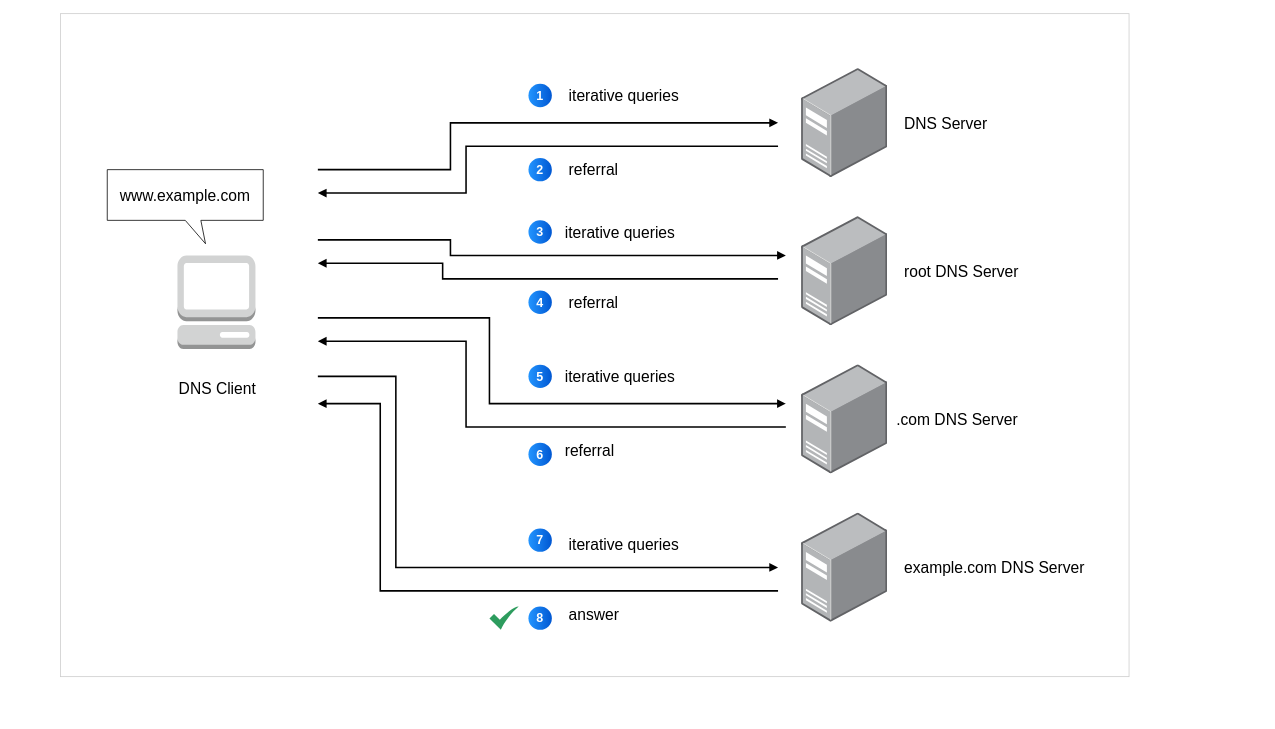
Above: page "basics-dns-iterative" (13 of 18) of assets/drawio/all-things-network.drawio in joseeden/joeden (draw.io), before the change. Source tidied: cells renumbered, new cells numbered last; positions are measured from the earlier drawing's top-left corner, leaving out a move shared by most shapes. Both pictures are drawn from the tidied source at 78%, with x=0, y=0 at pixel (60, 13).
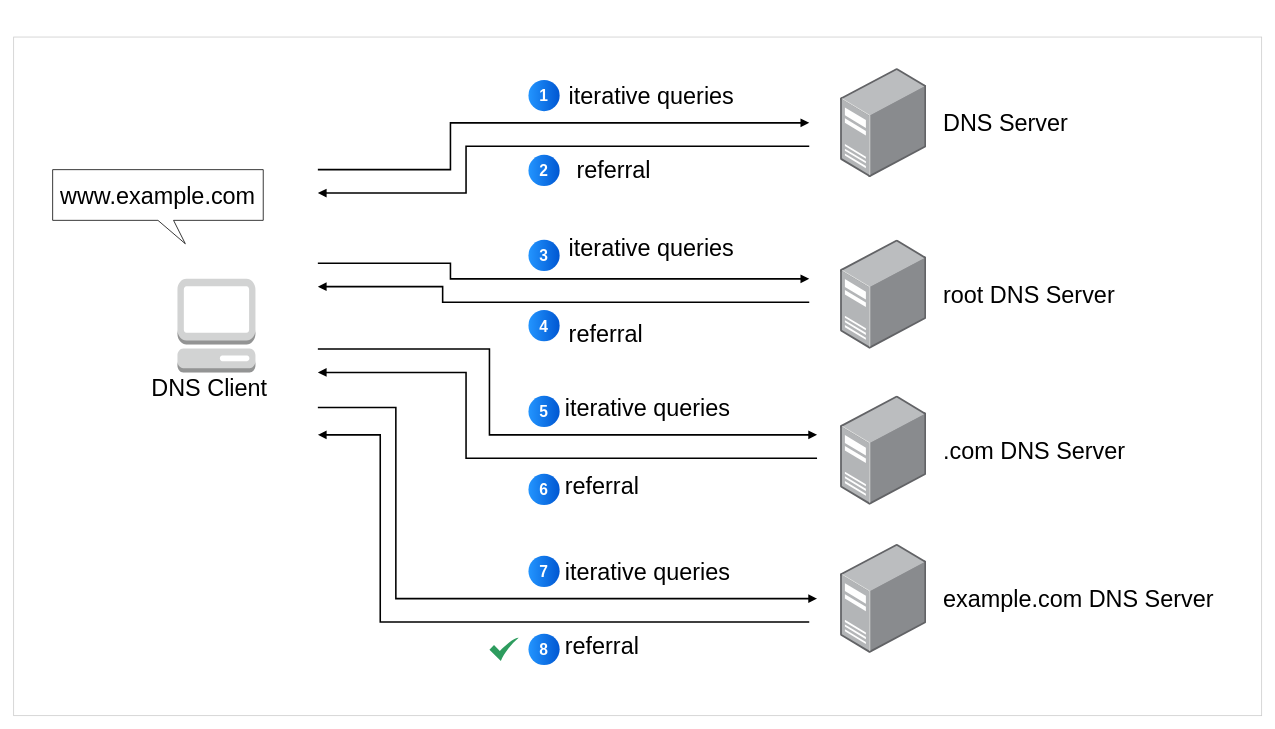
The same diagram, later.

What changed in the source:
```diff
@@
     <mxCell id="2" style="rounded=0;whiteSpace=wrap;html=1;strokeColor=#CCCCCC;" parent="1" vertex="1">
-      <mxGeometry width="1370" height="850" as="geometry" />
+      <mxGeometry x="-60" y="30" width="1600" height="870" as="geometry" />
     </mxCell>
     <mxCell id="3" style="image;html=1;align=center;shadow=0;dashed=0;image=img/lib/allied_telesis/computer_and_terminals/Server_Desktop.svg;" parent="1" vertex="1">
-      <mxGeometry x="950" y="70" width="110.4" height="140" as="geometry" />
+      <mxGeometry x="1000" y="70" width="110.4" height="140" as="geometry" />
     </mxCell>
     <mxCell id="4" style="image;html=1;align=center;shadow=0;dashed=0;image=img/lib/allied_telesis/computer_and_terminals/Server_Desktop.svg;" parent="1" vertex="1">
-      <mxGeometry x="950" y="260" width="110.4" height="140" as="geometry" />
+      <mxGeometry x="1000" y="290" width="110.4" height="140" as="geometry" />
     </mxCell>
     <mxCell id="5" style="image;html=1;align=center;shadow=0;dashed=0;image=img/lib/allied_telesis/computer_and_terminals/Server_Desktop.svg;" parent="1" vertex="1">
-      <mxGeometry x="950" y="450" width="110.4" height="140" as="geometry" />
+      <mxGeometry x="1000" y="490" width="110.4" height="140" as="geometry" />
     </mxCell>
     <mxCell id="6" style="image;html=1;align=center;shadow=0;dashed=0;image=img/lib/allied_telesis/computer_and_terminals/Server_Desktop.svg;" parent="1" vertex="1">
-      <mxGeometry x="950" y="640" width="110.4" height="140" as="geometry" />
+      <mxGeometry x="1000" y="680" width="110.4" height="140" as="geometry" />
     </mxCell>
     <mxCell id="7" style="edgeStyle=orthogonalEdgeStyle;rounded=0;orthogonalLoop=1;jettySize=auto;html=1;endArrow=block;endFill=1;strokeWidth=2;" parent="1" edge="1">
       <mxGeometry relative="1" as="geometry">
         <mxPoint x="330" y="200" as="sourcePoint" />
-        <mxPoint x="920" y="140" as="targetPoint" />
+        <mxPoint x="960" y="140" as="targetPoint" />
         <Array as="points">
           <mxPoint x="500" y="200" />
           <mxPoint x="500" y="140" />
         </Array>
       </mxGeometry>
     </mxCell>
     <mxCell id="8" style="dashed=0;verticalLabelPosition=bottom;verticalAlign=top;align=center;html=1;shape=mxgraph.aws3.management_console;fillColor=#D2D3D3;gradientColor=none;" parent="1" vertex="1">
-      <mxGeometry x="150" y="310" width="100" height="120" as="geometry" />
+      <mxGeometry x="150" y="340" width="100" height="120" as="geometry" />
     </mxCell>
-    <mxCell id="9" value="&lt;font style=&quot;font-size: 20px;&quot;&gt;DNS Server&lt;/font&gt;" style="rounded=0;whiteSpace=wrap;html=1;strokeColor=none;fillColor=none;align=left;" parent="1" vertex="1">
-      <mxGeometry x="1080" y="110" width="120" height="60" as="geometry" />
+    <mxCell id="9" value="&lt;font&gt;DNS Server&lt;/font&gt;" style="rounded=0;whiteSpace=wrap;html=1;strokeColor=none;fillColor=none;align=left;fontSize=30;" parent="1" vertex="1">
+      <mxGeometry x="1130" y="110" width="180" height="60" as="geometry" />
     </mxCell>
-    <mxCell id="10" value="&lt;font style=&quot;font-size: 20px;&quot;&gt;root DNS Server&lt;/font&gt;" style="rounded=0;whiteSpace=wrap;html=1;strokeColor=none;fillColor=none;align=left;" parent="1" vertex="1">
-      <mxGeometry x="1080" y="300" width="150" height="60" as="geometry" />
+    <mxCell id="10" value="&lt;font&gt;root DNS Server&lt;/font&gt;" style="rounded=0;whiteSpace=wrap;html=1;strokeColor=none;fillColor=none;align=left;fontSize=30;" parent="1" vertex="1">
+      <mxGeometry x="1130" y="330" width="240" height="60" as="geometry" />
     </mxCell>
-    <mxCell id="11" value="&lt;font style=&quot;font-size: 20px;&quot;&gt;.com DNS Server&lt;/font&gt;" style="rounded=0;whiteSpace=wrap;html=1;strokeColor=none;fillColor=none;align=left;" parent="1" vertex="1">
-      <mxGeometry x="1070" y="490" width="190" height="60" as="geometry" />
+    <mxCell id="11" value="&lt;font&gt;.com DNS Server&lt;/font&gt;" style="rounded=0;whiteSpace=wrap;html=1;strokeColor=none;fillColor=none;align=left;fontSize=30;" parent="1" vertex="1">
+      <mxGeometry x="1130" y="530" width="260" height="60" as="geometry" />
     </mxCell>
-    <mxCell id="12" value="&lt;font style=&quot;font-size: 20px;&quot;&gt;example.com DNS Server&lt;/font&gt;" style="rounded=0;whiteSpace=wrap;html=1;strokeColor=none;fillColor=none;align=left;" parent="1" vertex="1">
-      <mxGeometry x="1080" y="680" width="250" height="60" as="geometry" />
+    <mxCell id="12" value="&lt;font&gt;example.com DNS Server&lt;/font&gt;" style="rounded=0;whiteSpace=wrap;html=1;strokeColor=none;fillColor=none;align=left;fontSize=30;" parent="1" vertex="1">
+      <mxGeometry x="1130" y="720" width="360" height="60" as="geometry" />
     </mxCell>
-    <mxCell id="13" value="&lt;font style=&quot;font-size: 20px;&quot;&gt;www.example.com&lt;/font&gt;" style="shape=callout;whiteSpace=wrap;html=1;perimeter=calloutPerimeter;position2=0.63;" parent="1" vertex="1">
-      <mxGeometry x="60" y="200" width="200" height="95" as="geometry" />
+    <mxCell id="13" value="&lt;font style=&quot;font-size: 30px;&quot;&gt;www.example.com&lt;/font&gt;" style="shape=callout;whiteSpace=wrap;html=1;perimeter=calloutPerimeter;position2=0.63;" parent="1" vertex="1">
+      <mxGeometry x="-10" y="200" width="270" height="95" as="geometry" />
     </mxCell>
-    <mxCell id="14" value="&lt;font style=&quot;font-size: 20px;&quot;&gt;DNS Client&lt;/font&gt;" style="rounded=0;whiteSpace=wrap;html=1;strokeColor=none;fillColor=none;align=left;" parent="1" vertex="1">
-      <mxGeometry x="150" y="450" width="120" height="60" as="geometry" />
+    <mxCell id="14" value="&lt;font&gt;DNS Client&lt;/font&gt;" style="rounded=0;whiteSpace=wrap;html=1;strokeColor=none;fillColor=none;align=left;fontSize=30;" parent="1" vertex="1">
+      <mxGeometry x="115" y="450" width="170" height="60" as="geometry" />
     </mxCell>
     <mxCell id="15" style="edgeStyle=orthogonalEdgeStyle;rounded=0;orthogonalLoop=1;jettySize=auto;html=1;endArrow=block;endFill=1;strokeWidth=2;" parent="1" edge="1">
       <mxGeometry relative="1" as="geometry">
-        <mxPoint x="920" y="170" as="sourcePoint" />
+        <mxPoint x="960" y="170" as="sourcePoint" />
         <mxPoint x="330" y="230" as="targetPoint" />
         <Array as="points">
           <mxPoint x="520" y="170" />
           <mxPoint x="520" y="230" />
         </Array>
       </mxGeometry>
     </mxCell>
-    <mxCell id="16" value="1" style="ellipse;whiteSpace=wrap;html=1;rotation=0;gradientColor=#0057D2;strokeColor=none;gradientDirection=east;fillColor=#2395FF;rounded=0;fontFamily=Helvetica;fontSize=16;fontColor=#FFFFFF;spacingTop=4;spacingBottom=4;spacingLeft=4;spacingRight=4;fontStyle=1;" parent="1" vertex="1">
-      <mxGeometry x="600" y="90" width="30" height="30" as="geometry" />
+    <mxCell id="16" value="&lt;font&gt;1&lt;/font&gt;" style="ellipse;whiteSpace=wrap;html=1;rotation=0;gradientColor=#0057D2;strokeColor=none;gradientDirection=east;fillColor=#2395FF;rounded=0;fontFamily=Helvetica;fontSize=20;fontColor=#FFFFFF;spacingTop=4;spacingBottom=4;spacingLeft=4;spacingRight=4;fontStyle=1;" parent="1" vertex="1">
+      <mxGeometry x="600" y="85" width="40" height="40" as="geometry" />
     </mxCell>
-    <mxCell id="17" value="2" style="ellipse;whiteSpace=wrap;html=1;rotation=0;gradientColor=#0057D2;strokeColor=none;gradientDirection=east;fillColor=#2395FF;rounded=0;fontFamily=Helvetica;fontSize=16;fontColor=#FFFFFF;spacingTop=4;spacingBottom=4;spacingLeft=4;spacingRight=4;fontStyle=1;" parent="1" vertex="1">
-      <mxGeometry x="600" y="185" width="30" height="30" as="geometry" />
-    </mxCell>
-    <mxCell id="18" value="&lt;font style=&quot;font-size: 20px;&quot;&gt;iterative queries&lt;/font&gt;" style="rounded=0;whiteSpace=wrap;html=1;strokeColor=none;fillColor=none;align=left;" parent="1" vertex="1">
-      <mxGeometry x="650" y="75" width="160" height="60" as="geometry" />
+    <mxCell id="18" value="&lt;font&gt;iterative queries&lt;/font&gt;" style="rounded=0;whiteSpace=wrap;html=1;strokeColor=none;fillColor=none;align=left;fontSize=30;" parent="1" vertex="1">
+      <mxGeometry x="650" y="75" width="230" height="60" as="geometry" />
     </mxCell>
-    <mxCell id="19" value="&lt;font style=&quot;font-size: 20px;&quot;&gt;referral&lt;/font&gt;" style="rounded=0;whiteSpace=wrap;html=1;strokeColor=none;fillColor=none;align=left;" parent="1" vertex="1">
-      <mxGeometry x="650" y="170" width="120" height="60" as="geometry" />
+    <mxCell id="19" value="&lt;font&gt;referral&lt;/font&gt;" style="rounded=0;whiteSpace=wrap;html=1;strokeColor=none;fillColor=none;align=left;fontSize=30;" parent="1" vertex="1">
+      <mxGeometry x="660" y="170" width="120" height="60" as="geometry" />
     </mxCell>
     <mxCell id="20" style="edgeStyle=orthogonalEdgeStyle;rounded=0;orthogonalLoop=1;jettySize=auto;html=1;endArrow=block;endFill=1;strokeWidth=2;" parent="1" edge="1">
       <mxGeometry relative="1" as="geometry">
-        <mxPoint x="330" y="290" as="sourcePoint" />
-        <mxPoint x="930" y="310" as="targetPoint" />
+        <mxPoint x="330" y="320" as="sourcePoint" />
+        <mxPoint x="960" y="340" as="targetPoint" />
         <Array as="points">
-          <mxPoint x="500" y="290" />
-          <mxPoint x="500" y="310" />
+          <mxPoint x="500" y="320" />
+          <mxPoint x="500" y="340" />
         </Array>
       </mxGeometry>
     </mxCell>
     <mxCell id="21" style="edgeStyle=orthogonalEdgeStyle;rounded=0;orthogonalLoop=1;jettySize=auto;html=1;endArrow=block;endFill=1;strokeWidth=2;" parent="1" edge="1">
       <mxGeometry relative="1" as="geometry">
-        <mxPoint x="920" y="340" as="sourcePoint" />
-        <mxPoint x="330" y="320" as="targetPoint" />
+        <mxPoint x="960" y="370" as="sourcePoint" />
+        <mxPoint x="330" y="350" as="targetPoint" />
         <Array as="points">
-          <mxPoint x="490" y="340" />
-          <mxPoint x="490" y="320" />
+          <mxPoint x="490" y="370" />
+          <mxPoint x="490" y="350" />
         </Array>
       </mxGeometry>
     </mxCell>
-    <mxCell id="22" value="&lt;font style=&quot;font-size: 20px;&quot;&gt;referral&lt;/font&gt;" style="rounded=0;whiteSpace=wrap;html=1;strokeColor=none;fillColor=none;align=left;" parent="1" vertex="1">
-      <mxGeometry x="650" y="340" width="120" height="60" as="geometry" />
-    </mxCell>
-    <mxCell id="23" value="3" style="ellipse;whiteSpace=wrap;html=1;rotation=0;gradientColor=#0057D2;strokeColor=none;gradientDirection=east;fillColor=#2395FF;rounded=0;fontFamily=Helvetica;fontSize=16;fontColor=#FFFFFF;spacingTop=4;spacingBottom=4;spacingLeft=4;spacingRight=4;fontStyle=1;" parent="1" vertex="1">
-      <mxGeometry x="600" y="265" width="30" height="30" as="geometry" />
-    </mxCell>
-    <mxCell id="24" value="4" style="ellipse;whiteSpace=wrap;html=1;rotation=0;gradientColor=#0057D2;strokeColor=none;gradientDirection=east;fillColor=#2395FF;rounded=0;fontFamily=Helvetica;fontSize=16;fontColor=#FFFFFF;spacingTop=4;spacingBottom=4;spacingLeft=4;spacingRight=4;fontStyle=1;" parent="1" vertex="1">
-      <mxGeometry x="600" y="355" width="30" height="30" as="geometry" />
-    </mxCell>
     <mxCell id="25" style="edgeStyle=orthogonalEdgeStyle;rounded=0;orthogonalLoop=1;jettySize=auto;html=1;endArrow=block;endFill=1;strokeWidth=2;" parent="1" edge="1">
       <mxGeometry relative="1" as="geometry">
-        <mxPoint x="330" y="390" as="sourcePoint" />
-        <mxPoint x="930" y="500" as="targetPoint" />
+        <mxPoint x="330" y="430" as="sourcePoint" />
+        <mxPoint x="970" y="540" as="targetPoint" />
         <Array as="points">
-          <mxPoint x="550" y="390" />
-          <mxPoint x="550" y="500" />
+          <mxPoint x="550" y="430" />
+          <mxPoint x="550" y="540" />
         </Array>
       </mxGeometry>
     </mxCell>
     <mxCell id="26" style="edgeStyle=orthogonalEdgeStyle;rounded=0;orthogonalLoop=1;jettySize=auto;html=1;endArrow=block;endFill=1;strokeWidth=2;" parent="1" edge="1">
       <mxGeometry relative="1" as="geometry">
-        <mxPoint x="330" y="465" as="sourcePoint" />
-        <mxPoint x="920" y="710" as="targetPoint" />
+        <mxPoint x="330" y="505" as="sourcePoint" />
+        <mxPoint x="970" y="750" as="targetPoint" />
         <Array as="points">
-          <mxPoint x="430" y="465" />
-          <mxPoint x="430" y="710" />
+          <mxPoint x="430" y="505" />
+          <mxPoint x="430" y="750" />
         </Array>
       </mxGeometry>
     </mxCell>
     <mxCell id="27" style="edgeStyle=orthogonalEdgeStyle;rounded=0;orthogonalLoop=1;jettySize=auto;html=1;endArrow=block;endFill=1;strokeWidth=2;" parent="1" edge="1">
       <mxGeometry relative="1" as="geometry">
-        <mxPoint x="930" y="530" as="sourcePoint" />
-        <mxPoint x="330" y="420" as="targetPoint" />
+        <mxPoint x="970" y="570" as="sourcePoint" />
+        <mxPoint x="330" y="460" as="targetPoint" />
         <Array as="points">
-          <mxPoint x="520" y="530" />
-          <mxPoint x="520" y="420" />
+          <mxPoint x="520" y="570" />
+          <mxPoint x="520" y="460" />
         </Array>
       </mxGeometry>
     </mxCell>
     <mxCell id="28" style="edgeStyle=orthogonalEdgeStyle;rounded=0;orthogonalLoop=1;jettySize=auto;html=1;endArrow=block;endFill=1;strokeWidth=2;" parent="1" edge="1">
       <mxGeometry relative="1" as="geometry">
-        <mxPoint x="920" y="740" as="sourcePoint" />
-        <mxPoint x="330" y="500" as="targetPoint" />
+        <mxPoint x="960" y="780" as="sourcePoint" />
+        <mxPoint x="330" y="540" as="targetPoint" />
         <Array as="points">
-          <mxPoint x="410" y="740" />
-          <mxPoint x="410" y="500" />
+          <mxPoint x="410" y="780" />
+          <mxPoint x="410" y="540" />
         </Array>
       </mxGeometry>
     </mxCell>
+    <mxCell id="35" style="sketch=0;html=1;strokeColor=none;shadow=0;align=center;fillColor=#2D9C5E;verticalAlign=top;labelPosition=center;verticalLabelPosition=bottom;shape=mxgraph.gcp2.check;" parent="1" vertex="1">
+      <mxGeometry x="550" y="800" width="37.5" height="30" as="geometry" />
+    </mxCell>
+    <mxCell id="39" value="&lt;font&gt;iterative queries&lt;/font&gt;" style="rounded=0;whiteSpace=wrap;html=1;strokeColor=none;fillColor=none;align=left;fontSize=30;" parent="1" vertex="1">
+      <mxGeometry x="650" y="270" width="230" height="60" as="geometry" />
+    </mxCell>
+    <mxCell id="40" value="&lt;font&gt;iterative queries&lt;/font&gt;" style="rounded=0;whiteSpace=wrap;html=1;strokeColor=none;fillColor=none;align=left;fontSize=30;" parent="1" vertex="1">
+      <mxGeometry x="645" y="475" width="230" height="60" as="geometry" />
+    </mxCell>
+    <mxCell id="41" value="&lt;font&gt;iterative queries&lt;/font&gt;" style="rounded=0;whiteSpace=wrap;html=1;strokeColor=none;fillColor=none;align=left;fontSize=30;" parent="1" vertex="1">
+      <mxGeometry x="645" y="685" width="230" height="60" as="geometry" />
+    </mxCell>
+    <mxCell id="42" value="&lt;font&gt;referral&lt;/font&gt;" style="rounded=0;whiteSpace=wrap;html=1;strokeColor=none;fillColor=none;align=left;fontSize=30;" parent="1" vertex="1">
+      <mxGeometry x="650" y="380" width="120" height="60" as="geometry" />
+    </mxCell>
+    <mxCell id="43" value="&lt;font&gt;referral&lt;/font&gt;" style="rounded=0;whiteSpace=wrap;html=1;strokeColor=none;fillColor=none;align=left;fontSize=30;" parent="1" vertex="1">
+      <mxGeometry x="645" y="575" width="120" height="60" as="geometry" />
+    </mxCell>
+    <mxCell id="44" value="&lt;font&gt;referral&lt;/font&gt;" style="rounded=0;whiteSpace=wrap;html=1;strokeColor=none;fillColor=none;align=left;fontSize=30;" parent="1" vertex="1">
+      <mxGeometry x="645" y="780" width="120" height="60" as="geometry" />
+    </mxCell>
+    <mxCell id="17" value="2" style="ellipse;whiteSpace=wrap;html=1;rotation=0;gradientColor=#0057D2;strokeColor=none;gradientDirection=east;fillColor=#2395FF;rounded=0;fontFamily=Helvetica;fontSize=20;fontColor=#FFFFFF;spacingTop=4;spacingBottom=4;spacingLeft=4;spacingRight=4;fontStyle=1;" parent="1" vertex="1">
+      <mxGeometry x="600" y="181" width="40" height="40" as="geometry" />
+    </mxCell>
+    <mxCell id="23" value="3" style="ellipse;whiteSpace=wrap;html=1;rotation=0;gradientColor=#0057D2;strokeColor=none;gradientDirection=east;fillColor=#2395FF;rounded=0;fontFamily=Helvetica;fontSize=20;fontColor=#FFFFFF;spacingTop=4;spacingBottom=4;spacingLeft=4;spacingRight=4;fontStyle=1;" parent="1" vertex="1">
+      <mxGeometry x="600" y="290" width="40" height="40" as="geometry" />
+    </mxCell>
+    <mxCell id="24" value="4" style="ellipse;whiteSpace=wrap;html=1;rotation=0;gradientColor=#0057D2;strokeColor=none;gradientDirection=east;fillColor=#2395FF;rounded=0;fontFamily=Helvetica;fontSize=20;fontColor=#FFFFFF;spacingTop=4;spacingBottom=4;spacingLeft=4;spacingRight=4;fontStyle=1;" parent="1" vertex="1">
+      <mxGeometry x="600" y="380" width="40" height="40" as="geometry" />
+    </mxCell>
-    <mxCell id="29" value="5" style="ellipse;whiteSpace=wrap;html=1;rotation=0;gradientColor=#0057D2;strokeColor=none;gradientDirection=east;fillColor=#2395FF;rounded=0;fontFamily=Helvetica;fontSize=16;fontColor=#FFFFFF;spacingTop=4;spacingBottom=4;spacingLeft=4;spacingRight=4;fontStyle=1;" parent="1" vertex="1">
-      <mxGeometry x="600" y="450" width="30" height="30" as="geometry" />
+    <mxCell id="29" value="5" style="ellipse;whiteSpace=wrap;html=1;rotation=0;gradientColor=#0057D2;strokeColor=none;gradientDirection=east;fillColor=#2395FF;rounded=0;fontFamily=Helvetica;fontSize=20;fontColor=#FFFFFF;spacingTop=4;spacingBottom=4;spacingLeft=4;spacingRight=4;fontStyle=1;" parent="1" vertex="1">
+      <mxGeometry x="600" y="490" width="40" height="40" as="geometry" />
     </mxCell>
-    <mxCell id="30" value="6" style="ellipse;whiteSpace=wrap;html=1;rotation=0;gradientColor=#0057D2;strokeColor=none;gradientDirection=east;fillColor=#2395FF;rounded=0;fontFamily=Helvetica;fontSize=16;fontColor=#FFFFFF;spacingTop=4;spacingBottom=4;spacingLeft=4;spacingRight=4;fontStyle=1;" parent="1" vertex="1">
-      <mxGeometry x="600" y="550" width="30" height="30" as="geometry" />
+    <mxCell id="30" value="6" style="ellipse;whiteSpace=wrap;html=1;rotation=0;gradientColor=#0057D2;strokeColor=none;gradientDirection=east;fillColor=#2395FF;rounded=0;fontFamily=Helvetica;fontSize=20;fontColor=#FFFFFF;spacingTop=4;spacingBottom=4;spacingLeft=4;spacingRight=4;fontStyle=1;" parent="1" vertex="1">
+      <mxGeometry x="600" y="590" width="40" height="40" as="geometry" />
     </mxCell>
-    <mxCell id="31" value="7" style="ellipse;whiteSpace=wrap;html=1;rotation=0;gradientColor=#0057D2;strokeColor=none;gradientDirection=east;fillColor=#2395FF;rounded=0;fontFamily=Helvetica;fontSize=16;fontColor=#FFFFFF;spacingTop=4;spacingBottom=4;spacingLeft=4;spacingRight=4;fontStyle=1;" parent="1" vertex="1">
-      <mxGeometry x="600" y="660" width="30" height="30" as="geometry" />
+    <mxCell id="31" value="7" style="ellipse;whiteSpace=wrap;html=1;rotation=0;gradientColor=#0057D2;strokeColor=none;gradientDirection=east;fillColor=#2395FF;rounded=0;fontFamily=Helvetica;fontSize=20;fontColor=#FFFFFF;spacingTop=4;spacingBottom=4;spacingLeft=4;spacingRight=4;fontStyle=1;" parent="1" vertex="1">
+      <mxGeometry x="600" y="695" width="40" height="40" as="geometry" />
     </mxCell>
-    <mxCell id="32" value="8" style="ellipse;whiteSpace=wrap;html=1;rotation=0;gradientColor=#0057D2;strokeColor=none;gradientDirection=east;fillColor=#2395FF;rounded=0;fontFamily=Helvetica;fontSize=16;fontColor=#FFFFFF;spacingTop=4;spacingBottom=4;spacingLeft=4;spacingRight=4;fontStyle=1;" parent="1" vertex="1">
-      <mxGeometry x="600" y="760" width="30" height="30" as="geometry" />
+    <mxCell id="32" value="8" style="ellipse;whiteSpace=wrap;html=1;rotation=0;gradientColor=#0057D2;strokeColor=none;gradientDirection=east;fillColor=#2395FF;rounded=0;fontFamily=Helvetica;fontSize=20;fontColor=#FFFFFF;spacingTop=4;spacingBottom=4;spacingLeft=4;spacingRight=4;fontStyle=1;" parent="1" vertex="1">
+      <mxGeometry x="600" y="795" width="40" height="40" as="geometry" />
     </mxCell>
-    <mxCell id="33" value="&lt;font style=&quot;font-size: 20px;&quot;&gt;referral&lt;/font&gt;" style="rounded=0;whiteSpace=wrap;html=1;strokeColor=none;fillColor=none;align=left;" parent="1" vertex="1">
-      <mxGeometry x="645" y="530" width="120" height="60" as="geometry" />
-    </mxCell>
-    <mxCell id="34" value="&lt;font style=&quot;font-size: 20px;&quot;&gt;answer&lt;/font&gt;" style="rounded=0;whiteSpace=wrap;html=1;strokeColor=none;fillColor=none;align=left;" parent="1" vertex="1">
-      <mxGeometry x="650" y="740" width="120" height="60" as="geometry" />
-    </mxCell>
-    <mxCell id="35" style="sketch=0;html=1;strokeColor=none;shadow=0;align=center;fillColor=#2D9C5E;verticalAlign=top;labelPosition=center;verticalLabelPosition=bottom;shape=mxgraph.gcp2.check;" parent="1" vertex="1">
-      <mxGeometry x="550" y="760" width="37.5" height="30" as="geometry" />
-    </mxCell>
-    <mxCell id="36" value="&lt;font style=&quot;font-size: 20px;&quot;&gt;iterative queries&lt;/font&gt;" style="rounded=0;whiteSpace=wrap;html=1;strokeColor=none;fillColor=none;align=left;" parent="1" vertex="1">
-      <mxGeometry x="645" y="250" width="160" height="60" as="geometry" />
-    </mxCell>
-    <mxCell id="37" value="&lt;font style=&quot;font-size: 20px;&quot;&gt;iterative queries&lt;/font&gt;" style="rounded=0;whiteSpace=wrap;html=1;strokeColor=none;fillColor=none;align=left;" parent="1" vertex="1">
-      <mxGeometry x="645" y="435" width="160" height="60" as="geometry" />
-    </mxCell>
-    <mxCell id="38" value="&lt;font style=&quot;font-size: 20px;&quot;&gt;iterative queries&lt;/font&gt;" style="rounded=0;whiteSpace=wrap;html=1;strokeColor=none;fillColor=none;align=left;" parent="1" vertex="1">
-      <mxGeometry x="650" y="650" width="160" height="60" as="geometry" />
-    </mxCell>
```
